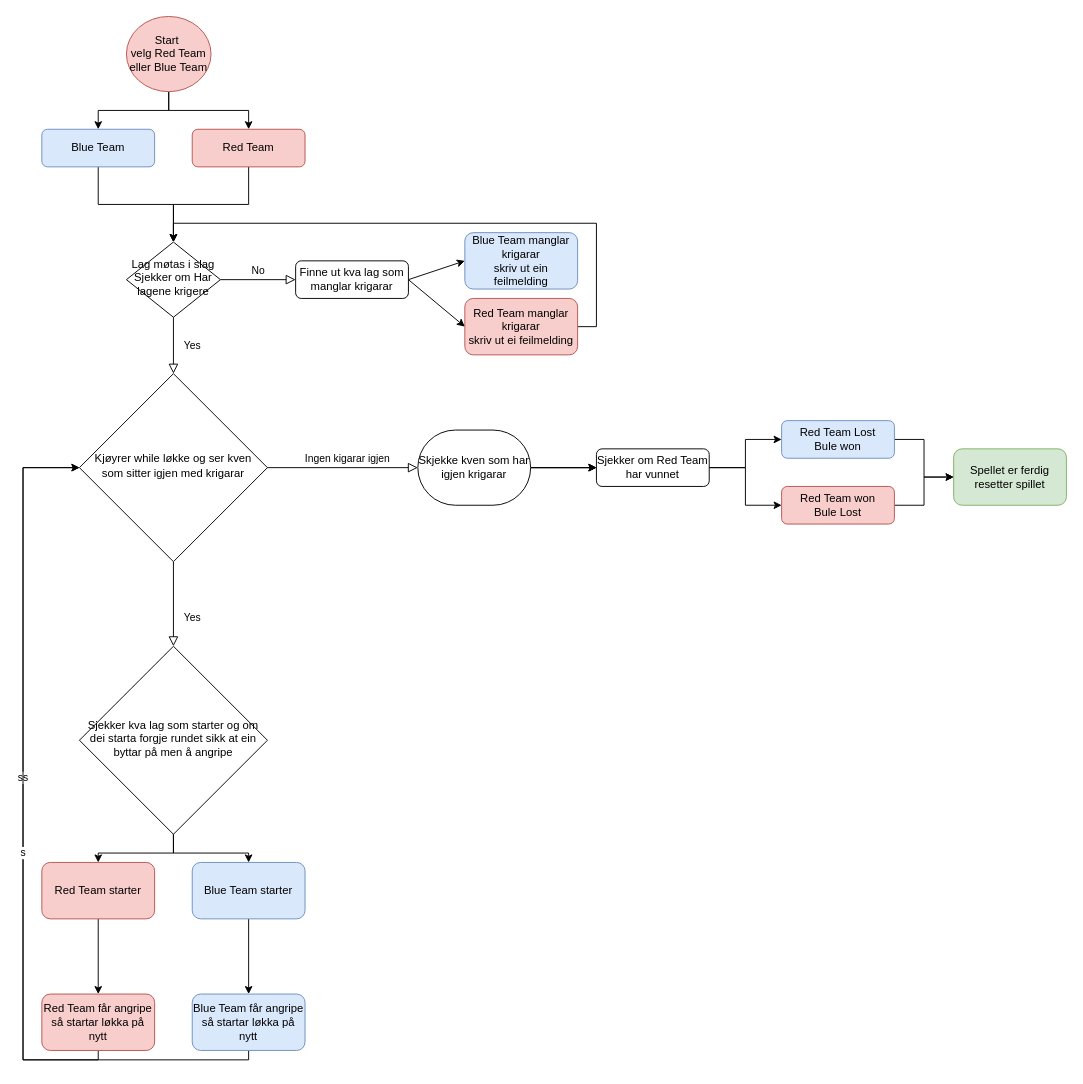
The draw.io diagram page "War game overlaying structure" (1 of 2) of Let_the_War_begin/Flytdiagram/Untitled Diagram.drawio in Newtexas28/IT1, before the edit. Source tidied: cells renumbered, new cells numbered last; positions are measured from the earlier drawing's top-left corner, leaving out a move shared by most shapes. Both pictures are drawn from the tidied source at 94%, with x=0, y=0 at pixel (23, 16).
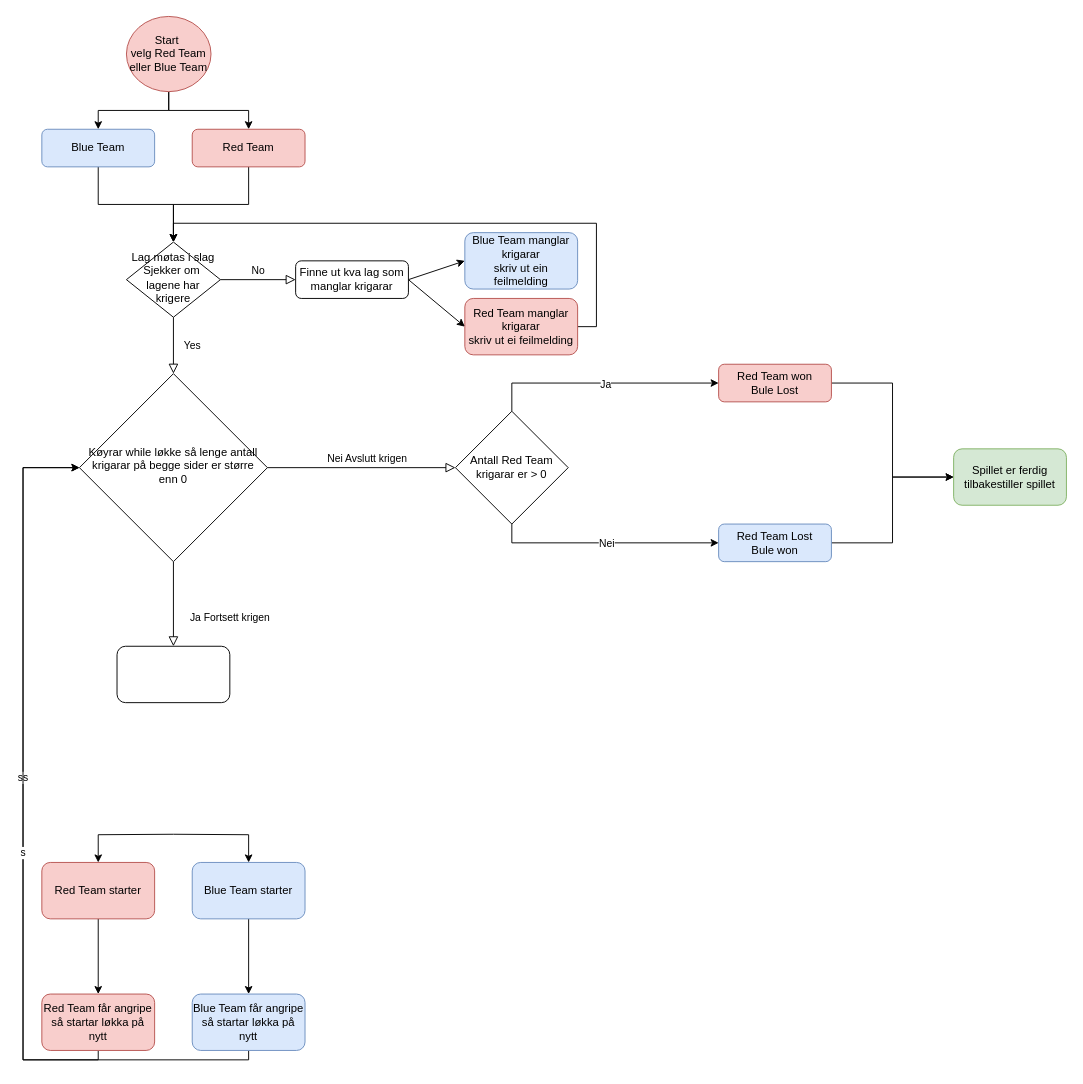
The same diagram, later.

Unchanged cells that the change refers to:
```xml
<mxCell id="36" value="Red Team starter" style="rounded=1;whiteSpace=wrap;html=1;fillColor=#f8cecc;strokeColor=#b85450;" parent="1" vertex="1">
  <mxGeometry x="20" y="900" width="120" height="60" as="geometry" />
</mxCell>
<mxCell id="38" value="Blue Team starter" style="rounded=1;whiteSpace=wrap;html=1;fillColor=#dae8fc;strokeColor=#6c8ebf;" parent="1" vertex="1">
  <mxGeometry x="180" y="900" width="120" height="60" as="geometry" />
</mxCell>
```

Change to the diagram source:
```diff
@@
-    <mxCell id="7" value="Lag møtas i slag&lt;br&gt;Sjekker om Har lagene krigere" style="rhombus;whiteSpace=wrap;html=1;shadow=0;fontFamily=Helvetica;fontSize=12;align=center;strokeWidth=1;spacing=6;spacingTop=-4;" parent="1" vertex="1">
+    <mxCell id="7" value="Lag møtas i slag&lt;br&gt;Sjekker om&amp;nbsp; lagene har krigere" style="rhombus;whiteSpace=wrap;html=1;shadow=0;fontFamily=Helvetica;fontSize=12;align=center;strokeWidth=1;spacing=6;spacingTop=-4;" parent="1" vertex="1">
       <mxGeometry x="110" y="240" width="100" height="80" as="geometry" />
     </mxCell>
-    <mxCell id="8" value="Yes" style="rounded=0;html=1;jettySize=auto;fontSize=11;endArrow=block;endFill=0;endSize=8;strokeWidth=1;shadow=0;labelBackgroundColor=none;edgeStyle=orthogonalEdgeStyle;entryX=0.5;entryY=0;entryDx=0;entryDy=0;" parent="1" edge="1" source="33" target="32">
-      <mxGeometry x="0.33" y="20" relative="1" as="geometry" />
+    <mxCell id="8" value="Ja Fortsett krigen" style="rounded=0;html=1;jettySize=auto;fontSize=11;endArrow=block;endFill=0;endSize=8;strokeWidth=1;shadow=0;labelBackgroundColor=none;edgeStyle=orthogonalEdgeStyle;entryX=0.5;entryY=0;entryDx=0;entryDy=0;" parent="1" edge="1" source="33" target="48">
+      <mxGeometry x="0.33" y="60" relative="1" as="geometry" />
     </mxCell>
-    <mxCell id="9" value="Ingen kigarar igjen" style="edgeStyle=orthogonalEdgeStyle;rounded=0;html=1;jettySize=auto;fontSize=11;endArrow=block;endFill=0;endSize=8;strokeWidth=1;shadow=0;labelBackgroundColor=none;" parent="1" edge="1" source="33" target="13">
+    <mxCell id="9" value="Nei Avslutt krigen" style="edgeStyle=orthogonalEdgeStyle;rounded=0;html=1;jettySize=auto;fontSize=11;endArrow=block;endFill=0;endSize=8;strokeWidth=1;shadow=0;labelBackgroundColor=none;entryX=0;entryY=0.5;entryDx=0;entryDy=0;" parent="1" edge="1" source="33" target="47">
       <mxGeometry x="0.06" y="10" relative="1" as="geometry" />
     </mxCell>
-    <mxCell id="10" style="edgeStyle=orthogonalEdgeStyle;rounded=0;jettySize=auto;html=1;" parent="1" edge="1" source="13" target="23">
-      <mxGeometry relative="1" as="geometry" />
-    </mxCell>
-    <mxCell id="11" style="edgeStyle=orthogonalEdgeStyle;rounded=0;jettySize=auto;html=1;" parent="1" edge="1" source="13" target="23">
-      <mxGeometry relative="1" as="geometry" />
-    </mxCell>
-    <mxCell id="12" style="edgeStyle=orthogonalEdgeStyle;rounded=0;jettySize=auto;html=1;" parent="1" edge="1" source="13" target="23">
-      <mxGeometry relative="1" as="geometry" />
-    </mxCell>
-    <mxCell id="13" value="Skjekke kven som har igjen krigarar" style="rounded=1;whiteSpace=wrap;html=1;fontSize=12;glass=0;strokeWidth=1;shadow=0;arcSize=50;" parent="1" vertex="1">
-      <mxGeometry x="420" y="440" width="120" height="80" as="geometry" />
-    </mxCell>
@@
-    <mxCell id="21" style="edgeStyle=orthogonalEdgeStyle;rounded=0;jettySize=auto;html=1;" parent="1" edge="1" source="23" target="25">
-      <mxGeometry relative="1" as="geometry" />
-    </mxCell>
-    <mxCell id="22" style="edgeStyle=orthogonalEdgeStyle;rounded=0;jettySize=auto;html=1;" parent="1" edge="1" source="23" target="27">
+    <mxCell id="22" style="edgeStyle=orthogonalEdgeStyle;rounded=0;jettySize=auto;html=1;exitX=0.5;exitY=1;exitDx=0;exitDy=0;" parent="1" edge="1" source="47" target="27">
       <mxGeometry relative="1" as="geometry" />
     </mxCell>
-    <mxCell id="23" value="Sjekker om Red Team har vunnet" style="rounded=1;whiteSpace=wrap;html=1;fontSize=12;glass=0;strokeWidth=1;shadow=0;" parent="1" vertex="1">
-      <mxGeometry x="610" y="460" width="120" height="40" as="geometry" />
-    </mxCell>
+    <mxCell id="44" value="Nei" style="edgeLabel;html=1;align=center;verticalAlign=middle;" parent="22" vertex="1">
+      <mxGeometry x="-0.34" y="-3" relative="1" as="geometry">
+        <mxPoint x="41" y="-3" as="offset" />
+      </mxGeometry>
+    </mxCell>
@@
     <mxCell id="25" value="Red Team won&lt;br&gt;Bule Lost" style="rounded=1;whiteSpace=wrap;html=1;fontSize=12;glass=0;strokeWidth=1;shadow=0;fillColor=#f8cecc;strokeColor=#b85450;" parent="1" vertex="1">
-      <mxGeometry x="807" y="500" width="120" height="40" as="geometry" />
+      <mxGeometry x="740" y="370" width="120" height="40" as="geometry" />
     </mxCell>
@@
     <mxCell id="27" value="Red Team Lost&lt;br&gt;Bule won" style="rounded=1;whiteSpace=wrap;html=1;fontSize=12;glass=0;strokeWidth=1;shadow=0;fillColor=#dae8fc;strokeColor=#6c8ebf;" parent="1" vertex="1">
-      <mxGeometry x="807" y="430" width="120" height="40" as="geometry" />
+      <mxGeometry x="740" y="540" width="120" height="40" as="geometry" />
     </mxCell>
@@
-    <mxCell id="30" style="edgeStyle=orthogonalEdgeStyle;rounded=0;jettySize=auto;html=1;entryX=0.5;entryY=0;entryDx=0;entryDy=0;" parent="1" edge="1" source="32" target="36">
-      <mxGeometry relative="1" as="geometry" />
+    <mxCell id="30" style="edgeStyle=orthogonalEdgeStyle;rounded=0;jettySize=auto;html=1;entryX=0.5;entryY=0;entryDx=0;entryDy=0;" parent="1" edge="1" target="36">
+      <mxGeometry relative="1" as="geometry">
+        <mxPoint x="160" y="870" as="sourcePoint" />
+      </mxGeometry>
     </mxCell>
-    <mxCell id="31" style="edgeStyle=orthogonalEdgeStyle;rounded=0;jettySize=auto;html=1;exitX=0.5;exitY=1;exitDx=0;exitDy=0;entryX=0.5;entryY=0;entryDx=0;entryDy=0;" parent="1" edge="1" source="32" target="38">
-      <mxGeometry relative="1" as="geometry" />
+    <mxCell id="31" style="edgeStyle=orthogonalEdgeStyle;rounded=0;jettySize=auto;html=1;exitX=0.5;exitY=1;exitDx=0;exitDy=0;entryX=0.5;entryY=0;entryDx=0;entryDy=0;" parent="1" edge="1" target="38">
+      <mxGeometry relative="1" as="geometry">
+        <mxPoint x="160" y="870" as="sourcePoint" />
+      </mxGeometry>
     </mxCell>
-    <mxCell id="32" value="Sjekker kva lag som starter og om dei starta forgje rundet sikk at ein byttar på men å angripe" style="rhombus;whiteSpace=wrap;html=1;shadow=0;fontFamily=Helvetica;fontSize=12;align=center;strokeWidth=1;spacing=6;spacingTop=-4;" parent="1" vertex="1">
-      <mxGeometry x="60" y="670" width="200" height="200" as="geometry" />
-    </mxCell>
-    <mxCell id="33" value="Kjøyrer while løkke og ser kven som sitter igjen med krigarar" style="rhombus;whiteSpace=wrap;html=1;shadow=0;fontFamily=Helvetica;fontSize=12;align=center;strokeWidth=1;spacing=6;spacingTop=-4;" parent="1" vertex="1">
+    <mxCell id="33" value="Køyrar while løkke så lenge antall krigarar på begge sider er større enn 0" style="rhombus;whiteSpace=wrap;html=1;shadow=0;fontFamily=Helvetica;fontSize=12;align=center;strokeWidth=1;spacing=6;spacingTop=-4;" parent="1" vertex="1">
       <mxGeometry x="60" y="380" width="200" height="200" as="geometry" />
     </mxCell>
@@
-    <mxCell id="43" value="Spellet er ferdig resetter spillet" style="rounded=1;whiteSpace=wrap;html=1;fillColor=#d5e8d4;strokeColor=#82b366;" parent="1" vertex="1">
+    <mxCell id="43" value="Spillet er ferdig tilbakestiller spillet" style="rounded=1;whiteSpace=wrap;html=1;fillColor=#d5e8d4;strokeColor=#82b366;" parent="1" vertex="1">
       <mxGeometry x="990" y="460" width="120" height="60" as="geometry" />
     </mxCell>
+    <mxCell id="45" style="edgeStyle=orthogonalEdgeStyle;rounded=0;jettySize=auto;html=1;exitX=0.5;exitY=0;exitDx=0;exitDy=0;entryX=0;entryY=0.5;entryDx=0;entryDy=0;" parent="1" edge="1" source="47" target="25">
+      <mxGeometry relative="1" as="geometry" />
+    </mxCell>
+    <mxCell id="46" value="Ja" style="edgeLabel;html=1;align=center;verticalAlign=middle;" parent="45" vertex="1">
+      <mxGeometry x="0.03" y="-1" relative="1" as="geometry" />
+    </mxCell>
+    <mxCell id="47" value="Antall Red Team krigarar er &amp;gt; 0" style="rhombus;whiteSpace=wrap;html=1;" parent="1" vertex="1">
+      <mxGeometry x="460" y="420" width="120" height="120" as="geometry" />
+    </mxCell>
+    <mxCell id="48" style="rounded=1;whiteSpace=wrap;html=1;" parent="1" vertex="1">
+      <mxGeometry x="100" y="670" width="120" height="60" as="geometry" />
+    </mxCell>
```
